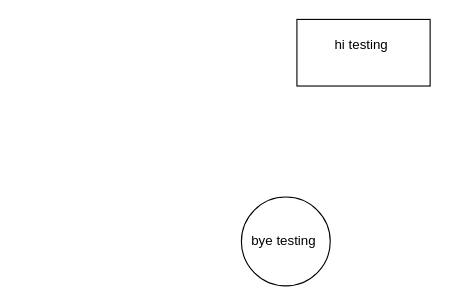
The draw.io diagram Untitled Diagram.drawio in amr-hussain/University_DB, before the edit. Source tidied: cells renumbered, new cells numbered last; positions are measured from the earlier drawing's top-left corner, leaving out a move shared by most shapes. Both pictures are drawn from the tidied source at 111%, with x=0, y=0 at pixel (241, 19).
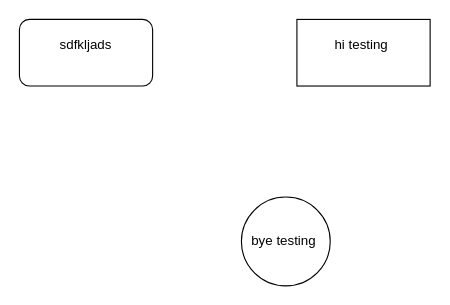
After the change.

Change to the diagram source:
```diff
@@
 <mxGraphModel>
   <root>
     <mxCell id="0" />
     <mxCell id="1" parent="0" />
     <mxCell id="2" value="hi testing&amp;nbsp;&lt;div&gt;&lt;br&gt;&lt;/div&gt;" style="rounded=0;whiteSpace=wrap;html=1;" parent="1" vertex="1">
       <mxGeometry x="50" width="120" height="60" as="geometry" />
     </mxCell>
     <mxCell id="3" value="bye testing&amp;nbsp;" style="ellipse;whiteSpace=wrap;html=1;" parent="1" vertex="1">
       <mxGeometry y="160" width="80" height="80" as="geometry" />
     </mxCell>
+    <mxCell id="4" value="sdfkljads&lt;div&gt;&lt;br&gt;&lt;/div&gt;" style="rounded=1;whiteSpace=wrap;html=1;" parent="1" vertex="1">
+      <mxGeometry x="-200" width="120" height="60" as="geometry" />
+    </mxCell>
   </root>
 </mxGraphModel>
```
